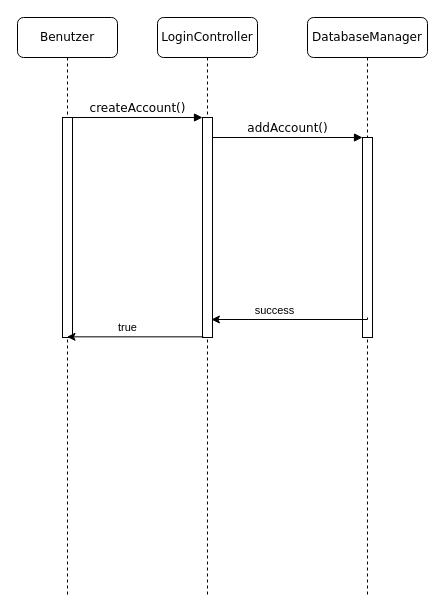
This is docs/UML/UML-Sequenz-CreateAccount.drawio from Lucas-Klein1/CryptoBroker, a draw.io file, before an edit. Source tidied: cells renumbered, new cells numbered last; positions are measured from the earlier drawing's top-left corner, leaving out a move shared by most shapes. Both pictures are drawn from the tidied source at 100%, with x=0, y=0 at pixel (17, 17).
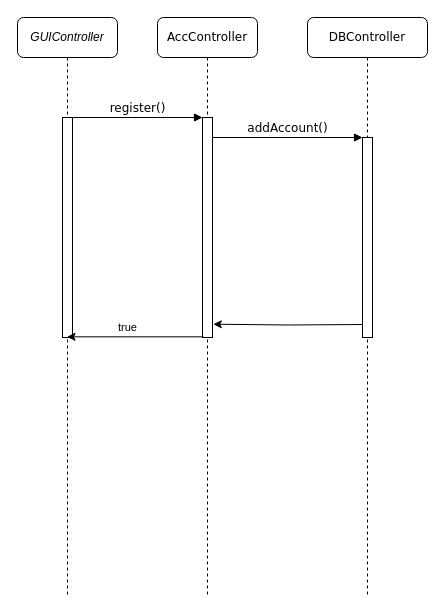
The same page after the edit.

What changed in the source:
```diff
@@
 <mxGraphModel>
   <root>
     <mxCell id="0" />
     <mxCell id="1" parent="0" />
-    <mxCell id="2" value="LoginController" style="shape=umlLifeline;perimeter=lifelinePerimeter;whiteSpace=wrap;html=1;rounded=1;shadow=0;comic=0;labelBackgroundColor=none;strokeWidth=1;fontFamily=Verdana;fontSize=12;align=center;" parent="1" vertex="1">
+    <mxCell id="2" value="AccController" style="shape=umlLifeline;perimeter=lifelinePerimeter;whiteSpace=wrap;html=1;rounded=1;shadow=0;comic=0;labelBackgroundColor=none;strokeWidth=1;fontFamily=Verdana;fontSize=12;align=center;" parent="1" vertex="1">
       <mxGeometry x="140" width="100" height="580" as="geometry" />
     </mxCell>
     <mxCell id="3" style="html=1;points=[];perimeter=orthogonalPerimeter;rounded=0;shadow=0;comic=0;labelBackgroundColor=none;strokeWidth=1;fontFamily=Verdana;fontSize=12;align=center;" parent="2" vertex="1">
       <mxGeometry x="45" y="100" width="10" height="220" as="geometry" />
     </mxCell>
-    <mxCell id="4" value="DatabaseManager" style="shape=umlLifeline;perimeter=lifelinePerimeter;whiteSpace=wrap;html=1;rounded=1;shadow=0;comic=0;labelBackgroundColor=none;strokeWidth=1;fontFamily=Verdana;fontSize=12;align=center;" parent="1" vertex="1">
+    <mxCell id="4" value="DBController" style="shape=umlLifeline;perimeter=lifelinePerimeter;whiteSpace=wrap;html=1;rounded=1;shadow=0;comic=0;labelBackgroundColor=none;strokeWidth=1;fontFamily=Verdana;fontSize=12;align=center;" parent="1" vertex="1">
       <mxGeometry x="290" width="120" height="580" as="geometry" />
     </mxCell>
     <mxCell id="5" style="html=1;points=[];perimeter=orthogonalPerimeter;rounded=0;shadow=0;comic=0;labelBackgroundColor=none;strokeWidth=1;fontFamily=Verdana;fontSize=12;align=center;" parent="4" vertex="1">
       <mxGeometry x="55" y="120" width="10" height="200" as="geometry" />
     </mxCell>
-    <mxCell id="6" value="Benutzer" style="shape=umlLifeline;perimeter=lifelinePerimeter;whiteSpace=wrap;html=1;outlineConnect=0;rounded=1;shadow=0;comic=0;labelBackgroundColor=none;strokeWidth=1;fontFamily=Verdana;fontSize=12;align=center;" parent="1" vertex="1">
+    <mxCell id="6" value="&lt;span style=&quot;font-family: Helvetica; font-style: italic; text-wrap-mode: nowrap;&quot;&gt;GUIController&lt;/span&gt;" style="shape=umlLifeline;perimeter=lifelinePerimeter;whiteSpace=wrap;html=1;outlineConnect=0;rounded=1;shadow=0;comic=0;labelBackgroundColor=none;strokeWidth=1;fontFamily=Verdana;fontSize=12;align=center;" parent="1" vertex="1">
       <mxGeometry width="100" height="580" as="geometry" />
     </mxCell>
     <mxCell id="7" style="html=1;points=[];perimeter=orthogonalPerimeter;rounded=0;shadow=0;comic=0;labelBackgroundColor=none;strokeWidth=1;fontFamily=Verdana;fontSize=12;align=center;" parent="6" vertex="1">
       <mxGeometry x="45" y="100" width="10" height="220" as="geometry" />
     </mxCell>
-    <mxCell id="8" value="createAccount()" style="html=1;verticalAlign=bottom;endArrow=block;entryX=0;entryY=0;labelBackgroundColor=none;fontFamily=Verdana;fontSize=12;edgeStyle=elbowEdgeStyle;elbow=vertical;" parent="1" edge="1" source="7" target="3">
+    <mxCell id="8" value="register()" style="html=1;verticalAlign=bottom;endArrow=block;entryX=0;entryY=0;labelBackgroundColor=none;fontFamily=Verdana;fontSize=12;edgeStyle=elbowEdgeStyle;elbow=vertical;" parent="1" edge="1" source="7" target="3">
       <mxGeometry relative="1" as="geometry" />
     </mxCell>
     <mxCell id="9" value="addAccount()" style="html=1;verticalAlign=bottom;endArrow=block;entryX=0;entryY=0;labelBackgroundColor=none;fontFamily=Verdana;fontSize=12;edgeStyle=elbowEdgeStyle;elbow=vertical;" parent="1" edge="1" source="3" target="5">
       <mxGeometry relative="1" as="geometry" />
     </mxCell>
-    <mxCell id="10" style="edgeStyle=orthogonalEdgeStyle;rounded=0;orthogonalLoop=1;jettySize=auto;html=1;entryX=0.887;entryY=0.918;entryDx=0;entryDy=0;entryPerimeter=0;" parent="1" edge="1">
-      <mxGeometry relative="1" as="geometry">
-        <mxPoint x="350" y="300" as="sourcePoint" />
-        <mxPoint x="193.9" y="302" as="targetPoint" />
-        <Array as="points">
-          <mxPoint x="350" y="302" />
-        </Array>
-      </mxGeometry>
-    </mxCell>
-    <mxCell id="11" value="success" style="edgeLabel;html=1;align=center;verticalAlign=middle;" parent="10" vertex="1">
-      <mxGeometry x="0.21" relative="1" as="geometry">
-        <mxPoint y="-10" as="offset" />
-      </mxGeometry>
-    </mxCell>
     <mxCell id="12" style="endArrow=classic;html=1;rounded=0;exitX=0.086;exitY=0.997;exitDx=0;exitDy=0;exitPerimeter=0;" parent="1" edge="1" source="3" target="6">
       <mxGeometry relative="1" as="geometry" />
     </mxCell>
     <mxCell id="13" value="true" style="edgeLabel;html=1;align=center;verticalAlign=middle;" parent="12" vertex="1">
       <mxGeometry x="0.11" y="-2" relative="1" as="geometry">
         <mxPoint y="-8" as="offset" />
       </mxGeometry>
     </mxCell>
+    <mxCell id="14" style="edgeStyle=orthogonalEdgeStyle;rounded=0;orthogonalLoop=1;jettySize=auto;html=1;entryX=1.084;entryY=0.544;entryDx=0;entryDy=0;entryPerimeter=0;" parent="1" edge="1">
+      <mxGeometry relative="1" as="geometry">
+        <mxPoint x="345" y="307" as="sourcePoint" />
+        <mxPoint x="195.8" y="306.7" as="targetPoint" />
+      </mxGeometry>
+    </mxCell>
   </root>
 </mxGraphModel>
```
